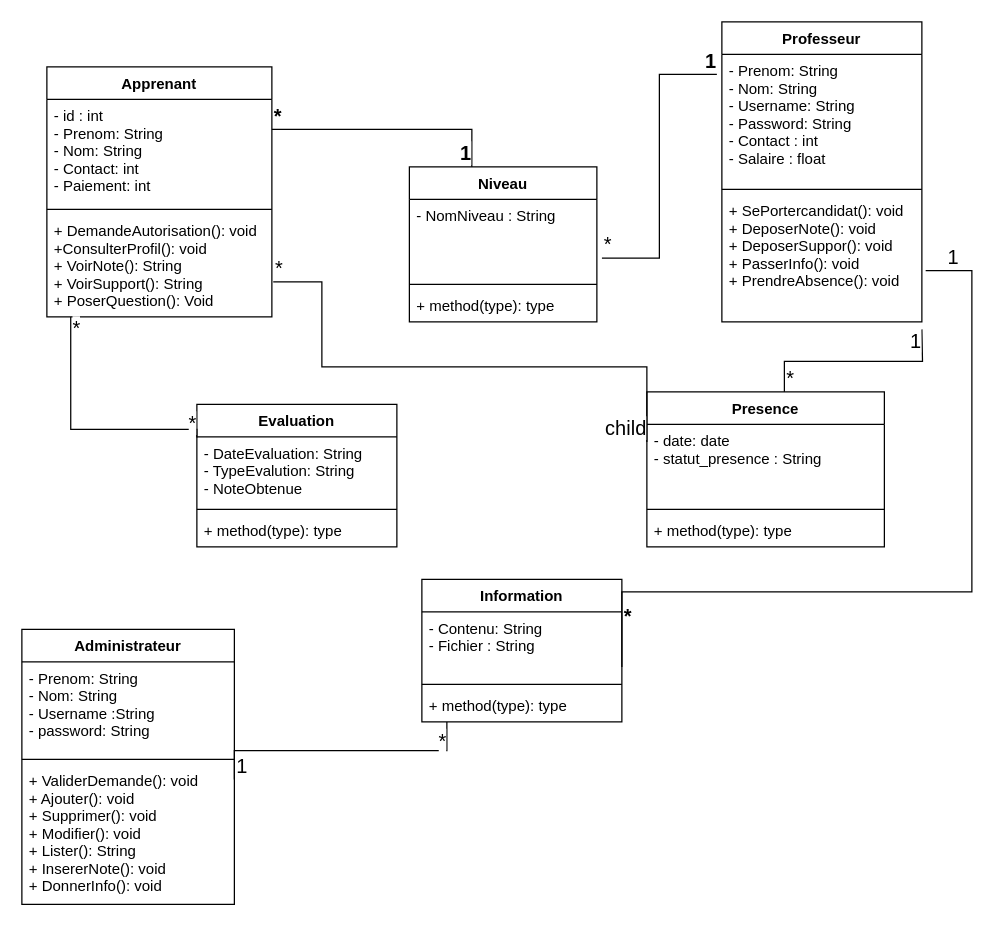
This is Diagramme sans nom.drawio from BachirSylla/Mon-memoire, a draw.io file, before an edit. Source tidied: cells renumbered, new cells numbered last; positions are measured from the earlier drawing's top-left corner, leaving out a move shared by most shapes. Both pictures are drawn from the tidied source at 125%, with x=0, y=0 at pixel (21, 21).
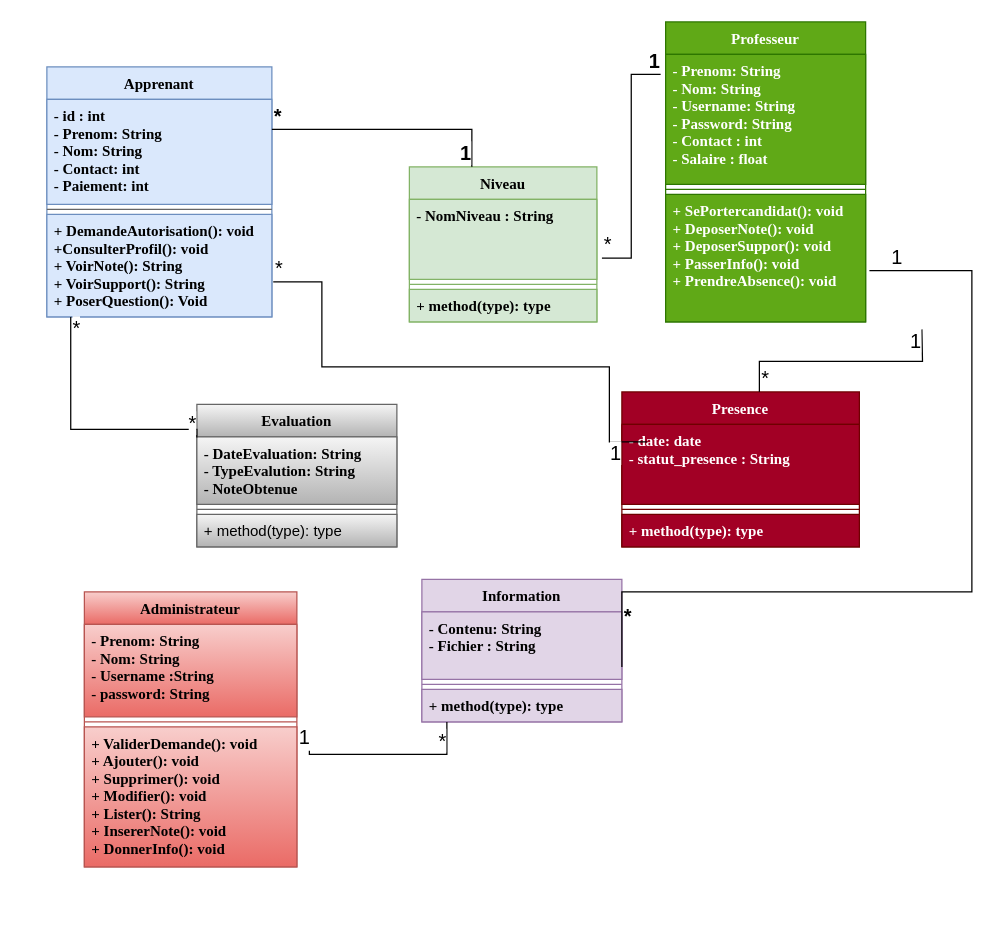
After the change.

Commit message:
Mettre à jour Diagramme sans nom.drawio

What changed in the source:
```diff
@@
-    <mxCell id="2" value="Professeur" style="swimlane;fontStyle=1;align=center;verticalAlign=top;horizontal=1;startSize=26;" parent="1" vertex="1">
-      <mxGeometry x="560" width="160" height="240" as="geometry" />
+    <mxCell id="2" value="Professeur" style="swimlane;fontStyle=1;align=center;verticalAlign=top;horizontal=1;startSize=26;fillColor=#60a917;fontColor=#ffffff;strokeColor=#2D7600;fontFamily=Times New Roman;" parent="1" vertex="1">
+      <mxGeometry x="515" width="160" height="240" as="geometry" />
     </mxCell>
-    <mxCell id="3" value="- Prenom: String&#10;- Nom: String&#10;- Username: String&#10;- Password: String&#10;- Contact : int&#10;- Salaire : float" style="text;strokeColor=none;fillColor=none;align=left;verticalAlign=top;spacingLeft=4;spacingRight=4;overflow=hidden;points=[[0,0.5],[1,0.5]];portConstraint=eastwest;" parent="2" vertex="1">
+    <mxCell id="3" value="- Prenom: String&#10;- Nom: String&#10;- Username: String&#10;- Password: String&#10;- Contact : int&#10;- Salaire : float" style="text;strokeColor=#2D7600;fillColor=#60a917;align=left;verticalAlign=top;spacingLeft=4;spacingRight=4;overflow=hidden;points=[[0,0.5],[1,0.5]];portConstraint=eastwest;fontColor=#ffffff;fontStyle=1;fontFamily=Times New Roman;" parent="2" vertex="1">
       <mxGeometry y="26" width="160" height="104" as="geometry" />
     </mxCell>
@@
-    <mxCell id="5" value="+ SePortercandidat(): void&#10;+ DeposerNote(): void&#10;+ DeposerSuppor(): void&#10;+ PasserInfo(): void&#10;+ PrendreAbsence(): void" style="text;strokeColor=none;fillColor=none;align=left;verticalAlign=top;spacingLeft=4;spacingRight=4;overflow=hidden;points=[[0,0.5],[1,0.5]];portConstraint=eastwest;" parent="2" vertex="1">
+    <mxCell id="5" value="+ SePortercandidat(): void&#10;+ DeposerNote(): void&#10;+ DeposerSuppor(): void&#10;+ PasserInfo(): void&#10;+ PrendreAbsence(): void" style="text;strokeColor=#2D7600;fillColor=#60a917;align=left;verticalAlign=top;spacingLeft=4;spacingRight=4;overflow=hidden;points=[[0,0.5],[1,0.5]];portConstraint=eastwest;fontColor=#ffffff;fontStyle=1;fontFamily=Times New Roman;" parent="2" vertex="1">
       <mxGeometry y="138" width="160" height="102" as="geometry" />
     </mxCell>
-    <mxCell id="6" value="Apprenant" style="swimlane;fontStyle=1;align=center;verticalAlign=top;horizontal=1;startSize=26;" parent="1" vertex="1">
+    <mxCell id="6" value="Apprenant" style="swimlane;fontStyle=1;align=center;verticalAlign=top;horizontal=1;startSize=26;fillColor=#dae8fc;strokeColor=#6c8ebf;fontFamily=Times New Roman;" parent="1" vertex="1">
       <mxGeometry x="20" y="36" width="180" height="200" as="geometry" />
     </mxCell>
-    <mxCell id="7" value="- id : int&#10;- Prenom: String&#10;- Nom: String&#10;- Contact: int&#10;- Paiement: int" style="text;strokeColor=none;fillColor=none;align=left;verticalAlign=top;spacingLeft=4;spacingRight=4;overflow=hidden;" parent="6" vertex="1">
+    <mxCell id="7" value="- id : int&#10;- Prenom: String&#10;- Nom: String&#10;- Contact: int&#10;- Paiement: int" style="text;strokeColor=#6c8ebf;fillColor=#dae8fc;align=left;verticalAlign=top;spacingLeft=4;spacingRight=4;overflow=hidden;fontFamily=Times New Roman;fontStyle=1;" parent="6" vertex="1">
       <mxGeometry y="26" width="180" height="84" as="geometry" />
     </mxCell>
-    <mxCell id="8" style="line;strokeWidth=1;fillColor=none;align=left;verticalAlign=middle;spacingTop=-1;spacingLeft=3;spacingRight=3;labelPosition=right;strokeColor=inherit;" parent="6" vertex="1">
+    <mxCell id="8" style="line;strokeWidth=1;fillColor=#f5f5f5;align=left;verticalAlign=middle;spacingTop=-1;spacingLeft=3;spacingRight=3;labelPosition=right;strokeColor=#666666;fontColor=#333333;" parent="6" vertex="1">
       <mxGeometry y="110" width="180" height="8" as="geometry" />
     </mxCell>
-    <mxCell id="9" value="+ DemandeAutorisation(): void&#10;+ConsulterProfil(): void&#10;+ VoirNote(): String&#10;+ VoirSupport(): String&#10;+ PoserQuestion(): Void" style="text;strokeColor=none;fillColor=none;align=left;verticalAlign=top;spacingLeft=4;spacingRight=4;overflow=hidden;points=[[0,0.5],[1,0.5]];portConstraint=eastwest;" parent="6" vertex="1">
+    <mxCell id="9" value="+ DemandeAutorisation(): void&#10;+ConsulterProfil(): void&#10;+ VoirNote(): String&#10;+ VoirSupport(): String&#10;+ PoserQuestion(): Void" style="text;strokeColor=#6c8ebf;fillColor=#dae8fc;align=left;verticalAlign=top;spacingLeft=4;spacingRight=4;overflow=hidden;points=[[0,0.5],[1,0.5]];portConstraint=eastwest;fontFamily=Times New Roman;fontStyle=1;" parent="6" vertex="1">
       <mxGeometry y="118" width="180" height="82" as="geometry" />
     </mxCell>
-    <mxCell id="10" value="Niveau" style="swimlane;fontStyle=1;align=center;verticalAlign=top;horizontal=1;startSize=26;" parent="1" vertex="1">
+    <mxCell id="10" value="Niveau" style="swimlane;fontStyle=1;align=center;verticalAlign=top;horizontal=1;startSize=26;fillColor=#d5e8d4;strokeColor=#82b366;fontFamily=Times New Roman;" parent="1" vertex="1">
       <mxGeometry x="310" y="116" width="150" height="124" as="geometry" />
     </mxCell>
-    <mxCell id="11" value="- NomNiveau : String" style="text;strokeColor=none;fillColor=none;align=left;verticalAlign=top;spacingLeft=4;spacingRight=4;overflow=hidden;points=[[0,0.5],[1,0.5]];portConstraint=eastwest;" parent="10" vertex="1">
+    <mxCell id="11" value="- NomNiveau : String" style="text;strokeColor=#82b366;fillColor=#d5e8d4;align=left;verticalAlign=top;spacingLeft=4;spacingRight=4;overflow=hidden;points=[[0,0.5],[1,0.5]];portConstraint=eastwest;fontFamily=Times New Roman;fontStyle=1;" parent="10" vertex="1">
       <mxGeometry y="26" width="150" height="64" as="geometry" />
     </mxCell>
-    <mxCell id="12" style="line;strokeWidth=1;fillColor=none;align=left;verticalAlign=middle;spacingTop=-1;spacingLeft=3;spacingRight=3;labelPosition=right;strokeColor=inherit;" parent="10" vertex="1">
+    <mxCell id="12" style="line;strokeWidth=1;fillColor=#d5e8d4;align=left;verticalAlign=middle;spacingTop=-1;spacingLeft=3;spacingRight=3;labelPosition=right;strokeColor=#82b366;" parent="10" vertex="1">
       <mxGeometry y="90" width="150" height="8" as="geometry" />
     </mxCell>
-    <mxCell id="13" value="+ method(type): type" style="text;strokeColor=none;fillColor=none;align=left;verticalAlign=top;spacingLeft=4;spacingRight=4;overflow=hidden;" parent="10" vertex="1">
+    <mxCell id="13" value="+ method(type): type" style="text;strokeColor=#82b366;fillColor=#d5e8d4;align=left;verticalAlign=top;spacingLeft=4;spacingRight=4;overflow=hidden;fontFamily=Times New Roman;fontStyle=1;" parent="10" vertex="1">
       <mxGeometry y="98" width="150" height="26" as="geometry" />
     </mxCell>
-    <mxCell id="14" value="Presence" style="swimlane;fontStyle=1;align=center;verticalAlign=top;horizontal=1;startSize=26;" parent="1" vertex="1">
-      <mxGeometry x="500" y="296" width="190" height="124" as="geometry" />
+    <mxCell id="14" value="Presence" style="swimlane;fontStyle=1;align=center;verticalAlign=top;horizontal=1;startSize=26;fillColor=#a20025;fontColor=#ffffff;strokeColor=#6F0000;fontFamily=Times New Roman;" parent="1" vertex="1">
+      <mxGeometry x="480" y="296" width="190" height="124" as="geometry" />
     </mxCell>
-    <mxCell id="15" value="- date: date&#10;- statut_presence : String" style="text;strokeColor=none;fillColor=none;align=left;verticalAlign=top;spacingLeft=4;spacingRight=4;overflow=hidden;" parent="14" vertex="1">
+    <mxCell id="15" value="- date: date&#10;- statut_presence : String" style="text;strokeColor=#6F0000;fillColor=#a20025;align=left;verticalAlign=top;spacingLeft=4;spacingRight=4;overflow=hidden;fontColor=#ffffff;fontStyle=1;fontFamily=Times New Roman;" parent="14" vertex="1">
       <mxGeometry y="26" width="190" height="64" as="geometry" />
     </mxCell>
-    <mxCell id="16" style="line;strokeWidth=1;fillColor=none;align=left;verticalAlign=middle;spacingTop=-1;spacingLeft=3;spacingRight=3;labelPosition=right;strokeColor=inherit;" parent="14" vertex="1">
+    <mxCell id="16" style="line;strokeWidth=1;fillColor=#a20025;align=left;verticalAlign=middle;spacingTop=-1;spacingLeft=3;spacingRight=3;labelPosition=right;strokeColor=#6F0000;fontColor=#ffffff;" parent="14" vertex="1">
       <mxGeometry y="90" width="190" height="8" as="geometry" />
     </mxCell>
-    <mxCell id="17" value="+ method(type): type" style="text;strokeColor=none;fillColor=none;align=left;verticalAlign=top;spacingLeft=4;spacingRight=4;overflow=hidden;" parent="14" vertex="1">
+    <mxCell id="17" value="+ method(type): type" style="text;strokeColor=#6F0000;fillColor=#a20025;align=left;verticalAlign=top;spacingLeft=4;spacingRight=4;overflow=hidden;fontColor=#ffffff;fontFamily=Times New Roman;fontStyle=1;" parent="14" vertex="1">
       <mxGeometry y="98" width="190" height="26" as="geometry" />
     </mxCell>
-    <mxCell id="18" value="Information" style="swimlane;fontStyle=1;align=center;verticalAlign=top;horizontal=1;startSize=26;" parent="1" vertex="1">
+    <mxCell id="18" value="Information" style="swimlane;fontStyle=1;align=center;verticalAlign=top;horizontal=1;startSize=26;fillColor=#e1d5e7;strokeColor=#9673a6;fontFamily=Times New Roman;" parent="1" vertex="1">
       <mxGeometry x="320" y="446" width="160" height="114" as="geometry" />
     </mxCell>
-    <mxCell id="19" value="- Contenu: String&#10;- Fichier : String" style="text;strokeColor=none;fillColor=none;align=left;verticalAlign=top;spacingLeft=4;spacingRight=4;overflow=hidden;" parent="18" vertex="1">
+    <mxCell id="19" value="- Contenu: String&#10;- Fichier : String" style="text;strokeColor=#9673a6;fillColor=#e1d5e7;align=left;verticalAlign=top;spacingLeft=4;spacingRight=4;overflow=hidden;fontFamily=Times New Roman;fontStyle=1;" parent="18" vertex="1">
       <mxGeometry y="26" width="160" height="54" as="geometry" />
     </mxCell>
@@
-    <mxCell id="21" value="+ method(type): type" style="text;strokeColor=none;fillColor=none;align=left;verticalAlign=top;spacingLeft=4;spacingRight=4;overflow=hidden;points=[[0,0.5],[1,0.5]];portConstraint=eastwest;" parent="18" vertex="1">
+    <mxCell id="21" value="+ method(type): type" style="text;strokeColor=#9673a6;fillColor=#e1d5e7;align=left;verticalAlign=top;spacingLeft=4;spacingRight=4;overflow=hidden;points=[[0,0.5],[1,0.5]];portConstraint=eastwest;fontFamily=Times New Roman;fontStyle=1;" parent="18" vertex="1">
       <mxGeometry y="88" width="160" height="26" as="geometry" />
     </mxCell>
-    <mxCell id="22" value="Evaluation" style="swimlane;fontStyle=1;align=center;verticalAlign=top;horizontal=1;startSize=26;" parent="1" vertex="1">
+    <mxCell id="22" value="Evaluation" style="swimlane;fontStyle=1;align=center;verticalAlign=top;horizontal=1;startSize=26;fillColor=#f5f5f5;gradientColor=#b3b3b3;strokeColor=#666666;fontFamily=Times New Roman;" parent="1" vertex="1">
       <mxGeometry x="140" y="306" width="160" height="114" as="geometry" />
     </mxCell>
-    <mxCell id="23" value="- DateEvaluation: String&#10;- TypeEvalution: String &#10;- NoteObtenue" style="text;strokeColor=none;fillColor=none;align=left;verticalAlign=top;spacingLeft=4;spacingRight=4;overflow=hidden;" parent="22" vertex="1">
+    <mxCell id="23" value="- DateEvaluation: String&#10;- TypeEvalution: String &#10;- NoteObtenue" style="text;strokeColor=#666666;fillColor=#f5f5f5;align=left;verticalAlign=top;spacingLeft=4;spacingRight=4;overflow=hidden;gradientColor=#b3b3b3;fontFamily=Times New Roman;fontStyle=1;" parent="22" vertex="1">
       <mxGeometry y="26" width="160" height="54" as="geometry" />
     </mxCell>
@@
-    <mxCell id="25" value="+ method(type): type" style="text;strokeColor=none;fillColor=none;align=left;verticalAlign=top;spacingLeft=4;spacingRight=4;overflow=hidden;" parent="22" vertex="1">
+    <mxCell id="25" value="+ method(type): type" style="text;strokeColor=#666666;fillColor=#f5f5f5;align=left;verticalAlign=top;spacingLeft=4;spacingRight=4;overflow=hidden;gradientColor=#b3b3b3;" parent="22" vertex="1">
       <mxGeometry y="88" width="160" height="26" as="geometry" />
     </mxCell>
-    <mxCell id="26" value="Administrateur" style="swimlane;fontStyle=1;align=center;verticalAlign=top;horizontal=1;startSize=26;" parent="1" vertex="1">
-      <mxGeometry y="486" width="170" height="220" as="geometry" />
+    <mxCell id="26" value="Administrateur" style="swimlane;fontStyle=1;align=center;verticalAlign=top;horizontal=1;startSize=26;fillColor=#f8cecc;gradientColor=#ea6b66;strokeColor=#b85450;fontFamily=Times New Roman;" parent="1" vertex="1">
+      <mxGeometry x="50" y="456" width="170" height="220" as="geometry" />
     </mxCell>
-    <mxCell id="27" value="- Prenom: String&#10;- Nom: String&#10;- Username :String&#10;- password: String" style="text;strokeColor=none;fillColor=none;align=left;verticalAlign=top;spacingLeft=4;spacingRight=4;overflow=hidden;" parent="26" vertex="1">
+    <mxCell id="27" value="- Prenom: String&#10;- Nom: String&#10;- Username :String&#10;- password: String" style="text;strokeColor=#b85450;fillColor=#f8cecc;align=left;verticalAlign=top;spacingLeft=4;spacingRight=4;overflow=hidden;gradientColor=#ea6b66;fontFamily=Times New Roman;fontStyle=1;" parent="26" vertex="1">
       <mxGeometry y="26" width="170" height="74" as="geometry" />
     </mxCell>
@@
-    <mxCell id="29" value="+ ValiderDemande(): void&#10;+ Ajouter(): void&#10;+ Supprimer(): void&#10;+ Modifier(): void&#10;+ Lister(): String&#10;+ InsererNote(): void&#10;+ DonnerInfo(): void" style="text;strokeColor=none;fillColor=none;align=left;verticalAlign=top;spacingLeft=4;spacingRight=4;overflow=hidden;" parent="26" vertex="1">
+    <mxCell id="29" value="+ ValiderDemande(): void&#10;+ Ajouter(): void&#10;+ Supprimer(): void&#10;+ Modifier(): void&#10;+ Lister(): String&#10;+ InsererNote(): void&#10;+ DonnerInfo(): void" style="text;strokeColor=#b85450;fillColor=#f8cecc;align=left;verticalAlign=top;spacingLeft=4;spacingRight=4;overflow=hidden;gradientColor=#ea6b66;fontFamily=Times New Roman;fontStyle=1;" parent="26" vertex="1">
       <mxGeometry y="108" width="170" height="112" as="geometry" />
     </mxCell>
@@
     <mxCell id="42" style="endArrow=none;html=1;edgeStyle=orthogonalEdgeStyle;rounded=0;fontSize=16;entryX=0.125;entryY=1;entryDx=0;entryDy=0;entryPerimeter=0;" parent="1" edge="1" target="21">
       <mxGeometry relative="1" as="geometry">
-        <mxPoint x="170" y="606" as="sourcePoint" />
+        <mxPoint x="230" y="583" as="sourcePoint" />
         <Array as="points">
-          <mxPoint x="170" y="583" />
-          <mxPoint x="340" y="583" />
+          <mxPoint x="230" y="586" />
+          <mxPoint x="340" y="586" />
         </Array>
       </mxGeometry>
     </mxCell>
     <mxCell id="43" value="1" style="edgeLabel;html=1;align=left;verticalAlign=bottom;fontSize=16;" parent="42" vertex="1">
-      <mxGeometry x="-1" relative="1" as="geometry" />
+      <mxGeometry x="-1" relative="1" as="geometry">
+        <mxPoint x="-10" as="offset" />
+      </mxGeometry>
     </mxCell>
@@
     <mxCell id="45" style="endArrow=none;html=1;edgeStyle=orthogonalEdgeStyle;rounded=0;fontSize=16;exitX=1.006;exitY=0.659;exitDx=0;exitDy=0;exitPerimeter=0;" parent="1" edge="1" source="9">
       <mxGeometry relative="1" as="geometry">
         <mxPoint x="500" y="336" as="targetPoint" />
         <Array as="points">
           <mxPoint x="240" y="208" />
           <mxPoint x="240" y="276" />
-          <mxPoint x="500" y="276" />
+          <mxPoint x="470" y="276" />
+          <mxPoint x="470" y="336" />
         </Array>
       </mxGeometry>
     </mxCell>
@@
-    <mxCell id="47" value="child" style="edgeLabel;html=1;align=right;verticalAlign=bottom;fontSize=16;" parent="45" vertex="1">
-      <mxGeometry x="1" relative="1" as="geometry" />
+    <mxCell id="47" value="1" style="edgeLabel;html=1;align=right;verticalAlign=bottom;fontSize=16;" parent="45" vertex="1">
+      <mxGeometry x="1" relative="1" as="geometry">
+        <mxPoint x="-20" y="20" as="offset" />
+      </mxGeometry>
     </mxCell>
```
